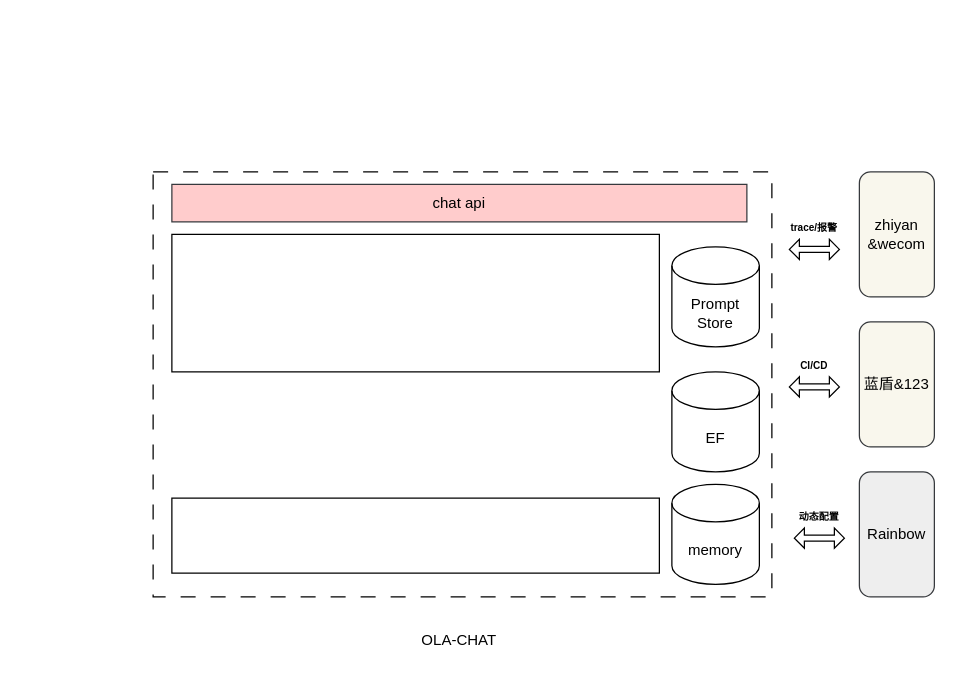
The draw.io diagram ola_chat_infra.drawio in learn2Pro/draw_io_save, before the edit. Source tidied: cells renumbered, new cells numbered last; positions are measured from the earlier drawing's top-left corner, leaving out a move shared by most shapes. Both pictures are drawn from the tidied source at 125%, with x=0, y=0 at pixel (152, 171).
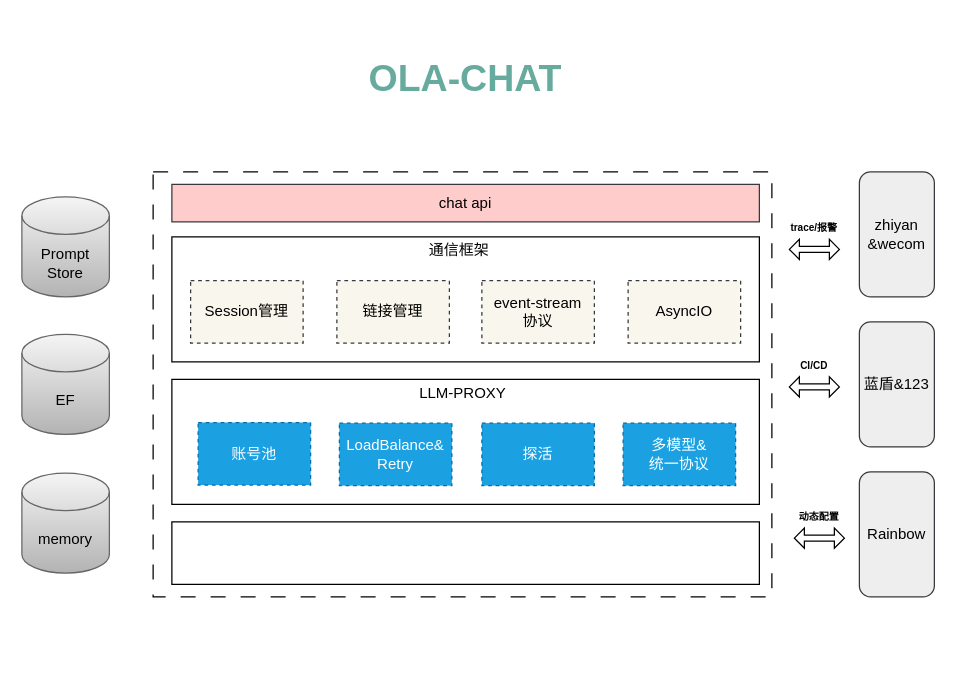
After the change.

Change to the diagram source:
```diff
@@
-    <mxCell id="3" style="rounded=0;whiteSpace=wrap;html=1;" parent="1" vertex="1">
-      <mxGeometry x="15" y="50" width="390" height="110" as="geometry" />
-    </mxCell>
     <mxCell id="4" value="chat api" style="rounded=0;whiteSpace=wrap;html=1;fillColor=#ffcccc;strokeColor=#36393d;" parent="1" vertex="1">
-      <mxGeometry x="15" y="10" width="460" height="30" as="geometry" />
+      <mxGeometry x="15" y="10" width="470" height="30" as="geometry" />
     </mxCell>
-    <mxCell id="5" value="OLA-CHAT" style="text;html=1;strokeColor=none;fillColor=none;align=center;verticalAlign=middle;whiteSpace=wrap;rounded=0;" parent="1" vertex="1">
-      <mxGeometry x="207" y="360" width="76" height="30" as="geometry" />
+    <mxCell id="5" value="&lt;b style=&quot;font-size: 30px;&quot;&gt;OLA-CHAT&lt;/b&gt;" style="text;html=1;strokeColor=none;fillColor=none;align=center;verticalAlign=middle;whiteSpace=wrap;rounded=0;fontSize=30;fontColor=#67AB9F;" parent="1" vertex="1">
+      <mxGeometry x="65" y="-120" width="370" height="90" as="geometry" />
     </mxCell>
-    <mxCell id="6" value="zhiyan&lt;br&gt;&amp;amp;wecom" style="rounded=1;whiteSpace=wrap;html=1;fillColor=#f9f7ed;strokeColor=#36393d;" parent="1" vertex="1">
+    <mxCell id="6" value="zhiyan&lt;br&gt;&amp;amp;wecom" style="rounded=1;whiteSpace=wrap;html=1;fillColor=#eeeeee;strokeColor=#36393d;" parent="1" vertex="1">
       <mxGeometry x="565" width="60" height="100" as="geometry" />
     </mxCell>
-    <mxCell id="7" value="蓝盾&amp;amp;123" style="rounded=1;whiteSpace=wrap;html=1;fillColor=#f9f7ed;strokeColor=#36393d;" parent="1" vertex="1">
+    <mxCell id="7" value="蓝盾&amp;amp;123" style="rounded=1;whiteSpace=wrap;html=1;fillColor=#eeeeee;strokeColor=#36393d;" parent="1" vertex="1">
       <mxGeometry x="565" y="120" width="60" height="100" as="geometry" />
     </mxCell>
     <mxCell id="8" style="rounded=0;whiteSpace=wrap;html=1;" parent="1" vertex="1">
-      <mxGeometry x="15" y="261" width="390" height="60" as="geometry" />
+      <mxGeometry x="15" y="280" width="470" height="50" as="geometry" />
     </mxCell>
-    <mxCell id="9" value="memory" style="shape=cylinder3;whiteSpace=wrap;html=1;boundedLbl=1;backgroundOutline=1;size=15;" parent="1" vertex="1">
-      <mxGeometry x="415" y="250" width="70" height="80" as="geometry" />
+    <mxCell id="9" value="memory" style="shape=cylinder3;whiteSpace=wrap;html=1;boundedLbl=1;backgroundOutline=1;size=15;fillColor=#f5f5f5;gradientColor=#b3b3b3;strokeColor=#666666;" parent="1" vertex="1">
+      <mxGeometry x="-105" y="241" width="70" height="80" as="geometry" />
     </mxCell>
-    <mxCell id="10" value="EF" style="shape=cylinder3;whiteSpace=wrap;html=1;boundedLbl=1;backgroundOutline=1;size=15;" parent="1" vertex="1">
-      <mxGeometry x="415" y="160" width="70" height="80" as="geometry" />
+    <mxCell id="10" value="EF" style="shape=cylinder3;whiteSpace=wrap;html=1;boundedLbl=1;backgroundOutline=1;size=15;fillColor=#f5f5f5;gradientColor=#b3b3b3;strokeColor=#666666;" parent="1" vertex="1">
+      <mxGeometry x="-105" y="130" width="70" height="80" as="geometry" />
     </mxCell>
-    <mxCell id="11" value="Prompt&lt;br&gt;Store" style="shape=cylinder3;whiteSpace=wrap;html=1;boundedLbl=1;backgroundOutline=1;size=15;" parent="1" vertex="1">
-      <mxGeometry x="415" y="60" width="70" height="80" as="geometry" />
+    <mxCell id="11" value="Prompt&lt;br&gt;Store" style="shape=cylinder3;whiteSpace=wrap;html=1;boundedLbl=1;backgroundOutline=1;size=15;fillColor=#f5f5f5;gradientColor=#b3b3b3;strokeColor=#666666;" parent="1" vertex="1">
+      <mxGeometry x="-105" y="20" width="70" height="80" as="geometry" />
     </mxCell>
@@
+    <mxCell id="24" style="group;" parent="1" vertex="1">
+      <mxGeometry x="15" y="52" width="470" height="100" as="geometry" />
+    </mxCell>
+    <mxCell id="3" style="rounded=0;whiteSpace=wrap;html=1;" parent="24" vertex="1">
+      <mxGeometry width="470" height="100" as="geometry" />
+    </mxCell>
+    <mxCell id="25" value="链接管理" style="rounded=0;whiteSpace=wrap;html=1;fillColor=#f9f7ed;strokeColor=#36393d;dashed=1;" parent="24" vertex="1">
+      <mxGeometry x="132" y="35" width="90" height="50" as="geometry" />
+    </mxCell>
+    <mxCell id="26" value="event-stream&lt;br&gt;协议" style="rounded=0;whiteSpace=wrap;html=1;fillColor=#f9f7ed;strokeColor=#36393d;dashed=1;" parent="24" vertex="1">
+      <mxGeometry x="248" y="35" width="90" height="50" as="geometry" />
+    </mxCell>
+    <mxCell id="27" value="AsyncIO" style="rounded=0;whiteSpace=wrap;html=1;fillColor=#f9f7ed;strokeColor=#36393d;dashed=1;" parent="24" vertex="1">
+      <mxGeometry x="365" y="35" width="90" height="50" as="geometry" />
+    </mxCell>
+    <mxCell id="28" value="通信框架" style="text;html=1;strokeColor=none;fillColor=none;align=center;verticalAlign=middle;whiteSpace=wrap;rounded=0;" parent="24" vertex="1">
+      <mxGeometry x="200" y="-2" width="60" height="25" as="geometry" />
+    </mxCell>
+    <mxCell id="29" value="Session管理" style="rounded=0;whiteSpace=wrap;html=1;fillColor=#f9f7ed;strokeColor=#36393d;dashed=1;" parent="24" vertex="1">
+      <mxGeometry x="15" y="35" width="90" height="50" as="geometry" />
+    </mxCell>
+    <mxCell id="30" style="group;" parent="1" vertex="1">
+      <mxGeometry x="15" y="162" width="470" height="104" as="geometry" />
+    </mxCell>
+    <mxCell id="31" style="rounded=0;whiteSpace=wrap;html=1;" parent="30" vertex="1">
+      <mxGeometry y="4" width="470" height="100" as="geometry" />
+    </mxCell>
+    <mxCell id="32" value="LLM-PROXY" style="text;html=1;strokeColor=none;fillColor=none;align=center;verticalAlign=middle;whiteSpace=wrap;rounded=0;" parent="30" vertex="1">
+      <mxGeometry x="192.5" width="80" height="30" as="geometry" />
+    </mxCell>
+    <mxCell id="33" value="账号池" style="rounded=0;whiteSpace=wrap;html=1;fillColor=#1ba1e2;strokeColor=#006EAF;dashed=1;fontColor=#ffffff;" parent="30" vertex="1">
+      <mxGeometry x="21" y="38.5" width="90" height="50" as="geometry" />
+    </mxCell>
+    <mxCell id="34" value="LoadBalance&amp;amp;&lt;br&gt;Retry" style="rounded=0;whiteSpace=wrap;html=1;fillColor=#1ba1e2;strokeColor=#006EAF;dashed=1;fontColor=#ffffff;" parent="30" vertex="1">
+      <mxGeometry x="134" y="39" width="90" height="50" as="geometry" />
+    </mxCell>
+    <mxCell id="35" value="探活" style="rounded=0;whiteSpace=wrap;html=1;fillColor=#1ba1e2;strokeColor=#006EAF;dashed=1;fontColor=#ffffff;" parent="30" vertex="1">
+      <mxGeometry x="248" y="39" width="90" height="50" as="geometry" />
+    </mxCell>
+    <mxCell id="36" value="多模型&amp;amp;&lt;br&gt;统一协议" style="rounded=0;whiteSpace=wrap;html=1;fillColor=#1ba1e2;strokeColor=#006EAF;dashed=1;fontColor=#ffffff;" parent="30" vertex="1">
+      <mxGeometry x="361" y="39" width="90" height="50" as="geometry" />
+    </mxCell>
```
